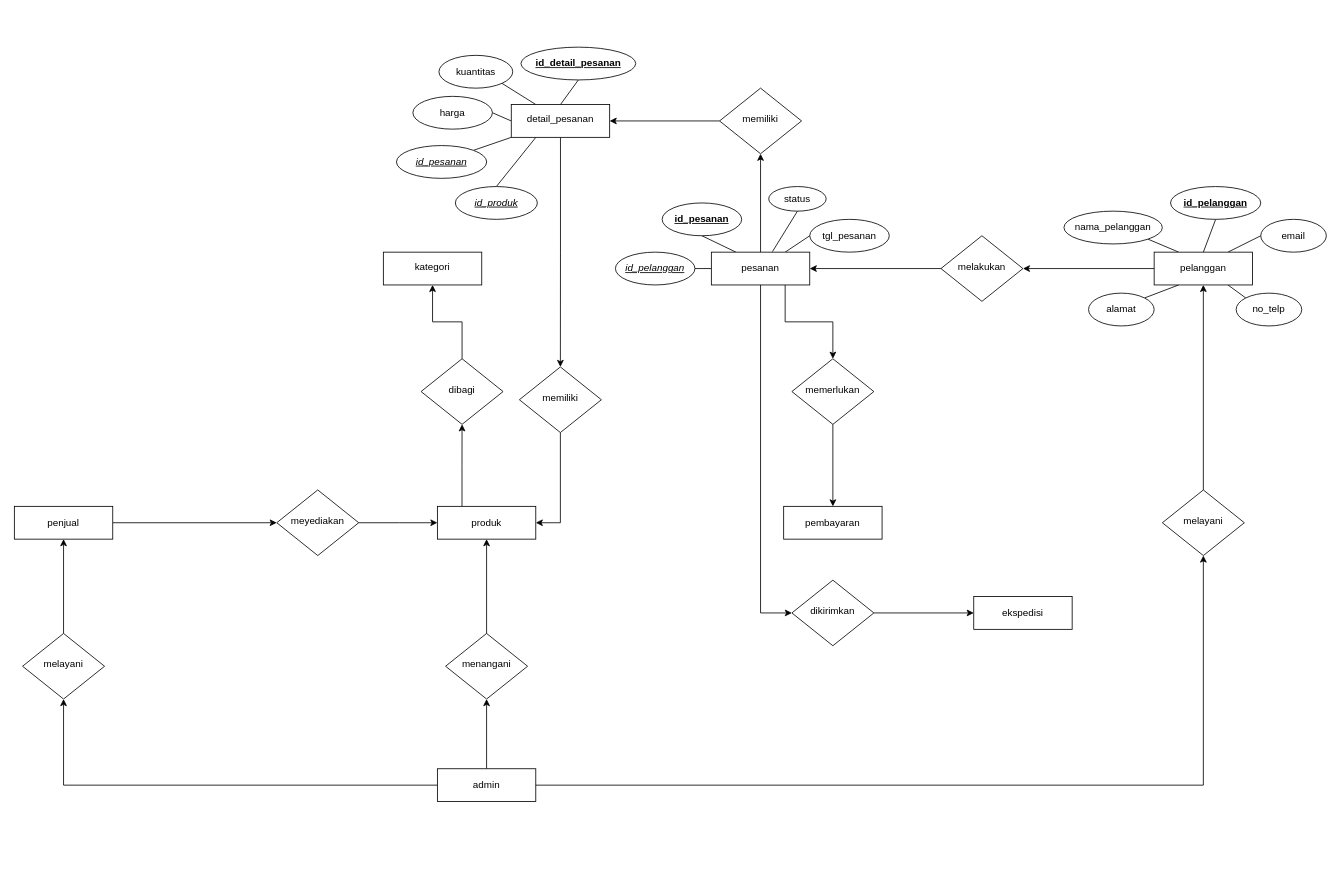
This is penjualan_erd.drawio from vinnnna/sistem-basis-data, a draw.io file, before an edit. Source tidied: cells renumbered, new cells numbered last; positions are measured from the earlier drawing's top-left corner, leaving out a move shared by most shapes. Both pictures are drawn from the tidied source at 82%, with x=0, y=0 at pixel (14, 47).
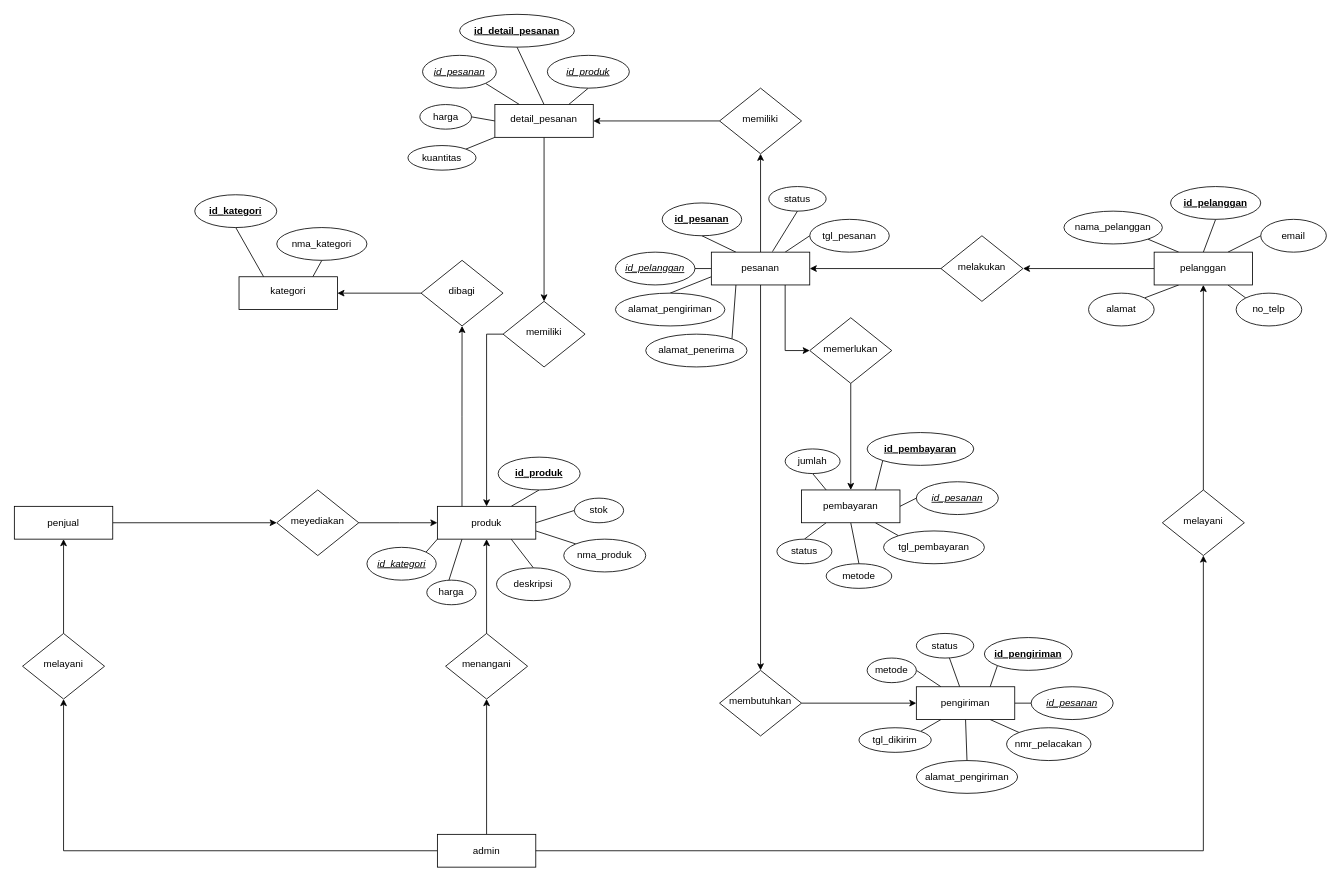
Above is the later version.

Unchanged cells that the change refers to:
```xml
<mxCell id="7" value="produk" style="rounded=1;whiteSpace=wrap;html=1;fontSize=12;glass=0;strokeWidth=1;shadow=0;arcSize=0;" parent="1" vertex="1">
  <mxGeometry x="515.9" y="560" width="120" height="40" as="geometry" />
</mxCell>
<mxCell id="17" value="pesanan" style="rounded=1;whiteSpace=wrap;html=1;fontSize=12;glass=0;strokeWidth=1;shadow=0;arcSize=0;" parent="1" vertex="1">
  <mxGeometry x="850" y="250" width="120" height="40" as="geometry" />
</mxCell>
<mxCell id="39" value="melayani" style="rhombus;whiteSpace=wrap;html=1;shadow=0;fontFamily=Helvetica;fontSize=12;align=center;strokeWidth=1;spacing=6;spacingTop=-4;" parent="1" vertex="1">
  <mxGeometry x="1400" y="540" width="100" height="80" as="geometry" />
</mxCell>
```

The edit, as a diff of the source:
```diff
@@
     <mxCell id="5" value="admin" style="rounded=1;whiteSpace=wrap;html=1;fontSize=12;glass=0;strokeWidth=1;shadow=0;arcSize=0;" parent="1" vertex="1">
-      <mxGeometry x="515.9" y="880" width="120" height="40" as="geometry" />
+      <mxGeometry x="515.9" y="960" width="120" height="40" as="geometry" />
     </mxCell>
@@
+    <mxCell id="69" style="rounded=0;jettySize=auto;html=1;endArrow=none;endFill=0;exitX=0.75;exitY=0;exitDx=0;exitDy=0;entryX=0.5;entryY=1;entryDx=0;entryDy=0;" parent="1" edge="1" source="7" target="92">
+      <mxGeometry relative="1" as="geometry" />
+    </mxCell>
+    <mxCell id="70" style="rounded=0;jettySize=auto;html=1;exitX=1;exitY=0.75;exitDx=0;exitDy=0;entryX=0;entryY=0;entryDx=0;entryDy=0;endArrow=none;endFill=0;" parent="1" edge="1" source="7" target="93">
+      <mxGeometry relative="1" as="geometry" />
+    </mxCell>
+    <mxCell id="71" style="rounded=0;jettySize=auto;html=1;exitX=0.75;exitY=1;exitDx=0;exitDy=0;entryX=0.5;entryY=0;entryDx=0;entryDy=0;endArrow=none;endFill=0;" parent="1" edge="1" source="7" target="94">
+      <mxGeometry relative="1" as="geometry" />
+    </mxCell>
+    <mxCell id="72" style="rounded=0;jettySize=auto;html=1;exitX=0.25;exitY=1;exitDx=0;exitDy=0;endArrow=none;endFill=0;" parent="1" edge="1" source="7">
+      <mxGeometry relative="1" as="geometry">
+        <mxPoint x="530" y="650" as="targetPoint" />
+      </mxGeometry>
+    </mxCell>
+    <mxCell id="73" style="rounded=0;jettySize=auto;html=1;exitX=1;exitY=0.5;exitDx=0;exitDy=0;entryX=0;entryY=0.5;entryDx=0;entryDy=0;endArrow=none;endFill=0;" parent="1" edge="1" source="7" target="96">
+      <mxGeometry relative="1" as="geometry" />
+    </mxCell>
+    <mxCell id="74" style="rounded=0;jettySize=auto;html=1;exitX=0;exitY=1;exitDx=0;exitDy=0;entryX=1;entryY=0;entryDx=0;entryDy=0;endArrow=none;endFill=0;" parent="1" edge="1" source="7" target="99">
+      <mxGeometry relative="1" as="geometry" />
+    </mxCell>
@@
-    <mxCell id="10" style="edgeStyle=orthogonalEdgeStyle;rounded=0;jettySize=auto;html=1;exitX=0.75;exitY=1;exitDx=0;exitDy=0;" parent="1" edge="1" source="17" target="31">
+    <mxCell id="10" style="edgeStyle=orthogonalEdgeStyle;rounded=0;jettySize=auto;html=1;exitX=0.75;exitY=1;exitDx=0;exitDy=0;entryX=0;entryY=0.5;entryDx=0;entryDy=0;" parent="1" edge="1" source="17" target="31">
       <mxGeometry relative="1" as="geometry" />
     </mxCell>
@@
-    <mxCell id="13" style="edgeStyle=orthogonalEdgeStyle;rounded=0;jettySize=auto;html=1;exitX=0.5;exitY=1;exitDx=0;exitDy=0;entryX=0;entryY=0.5;entryDx=0;entryDy=0;" parent="1" edge="1" source="17" target="52">
+    <mxCell id="13" style="edgeStyle=orthogonalEdgeStyle;rounded=0;jettySize=auto;html=1;exitX=0.5;exitY=1;exitDx=0;exitDy=0;entryX=0.5;entryY=0;entryDx=0;entryDy=0;" parent="1" edge="1" source="17" target="52">
       <mxGeometry relative="1" as="geometry" />
     </mxCell>
@@
+    <mxCell id="75" style="rounded=0;jettySize=auto;html=1;exitX=0;exitY=0.75;exitDx=0;exitDy=0;entryX=0.5;entryY=0;entryDx=0;entryDy=0;endArrow=none;endFill=0;" parent="1" edge="1" source="17" target="113">
+      <mxGeometry relative="1" as="geometry" />
+    </mxCell>
+    <mxCell id="76" style="rounded=0;jettySize=auto;html=1;exitX=0.25;exitY=1;exitDx=0;exitDy=0;entryX=1;entryY=0;entryDx=0;entryDy=0;endArrow=none;endFill=0;" parent="1" edge="1" source="17" target="114">
+      <mxGeometry relative="1" as="geometry" />
+    </mxCell>
@@
+    <mxCell id="77" style="rounded=0;jettySize=auto;html=1;exitX=0.25;exitY=0;exitDx=0;exitDy=0;entryX=0.5;entryY=1;entryDx=0;entryDy=0;endArrow=none;endFill=0;" parent="1" edge="1" source="18" target="104">
+      <mxGeometry relative="1" as="geometry" />
+    </mxCell>
+    <mxCell id="78" style="rounded=0;jettySize=auto;html=1;exitX=0.75;exitY=0;exitDx=0;exitDy=0;entryX=0;entryY=1;entryDx=0;entryDy=0;endArrow=none;endFill=0;" parent="1" edge="1" source="18" target="100">
+      <mxGeometry relative="1" as="geometry" />
+    </mxCell>
+    <mxCell id="79" style="rounded=0;jettySize=auto;html=1;exitX=1;exitY=0.5;exitDx=0;exitDy=0;entryX=0;entryY=0.5;entryDx=0;entryDy=0;endArrow=none;endFill=0;" parent="1" edge="1" source="18" target="105">
+      <mxGeometry relative="1" as="geometry" />
+    </mxCell>
+    <mxCell id="80" style="rounded=0;jettySize=auto;html=1;exitX=0.75;exitY=1;exitDx=0;exitDy=0;entryX=0;entryY=0;entryDx=0;entryDy=0;endArrow=none;endFill=0;" parent="1" edge="1" source="18" target="102">
+      <mxGeometry relative="1" as="geometry" />
+    </mxCell>
+    <mxCell id="81" style="rounded=0;jettySize=auto;html=1;exitX=0.5;exitY=1;exitDx=0;exitDy=0;entryX=0.5;entryY=0;entryDx=0;entryDy=0;endArrow=none;endFill=0;" parent="1" edge="1" source="18" target="101">
+      <mxGeometry relative="1" as="geometry" />
+    </mxCell>
+    <mxCell id="82" style="rounded=0;jettySize=auto;html=1;exitX=0.25;exitY=1;exitDx=0;exitDy=0;entryX=0.5;entryY=0;entryDx=0;entryDy=0;endArrow=none;endFill=0;" parent="1" edge="1" source="18" target="103">
+      <mxGeometry relative="1" as="geometry" />
+    </mxCell>
     <mxCell id="18" value="pembayaran" style="rounded=1;whiteSpace=wrap;html=1;fontSize=12;glass=0;strokeWidth=1;shadow=0;arcSize=0;" parent="1" vertex="1">
-      <mxGeometry x="938.2" y="560" width="120" height="40" as="geometry" />
+      <mxGeometry x="960" y="540" width="120" height="40" as="geometry" />
     </mxCell>
@@
-    <mxCell id="28" style="edgeStyle=orthogonalEdgeStyle;rounded=0;jettySize=auto;html=1;entryX=1;entryY=0.5;entryDx=0;entryDy=0;" parent="1" edge="1" source="29" target="7">
+    <mxCell id="28" style="edgeStyle=orthogonalEdgeStyle;rounded=0;jettySize=auto;html=1;entryX=0.5;entryY=0;entryDx=0;entryDy=0;exitX=0;exitY=0.5;exitDx=0;exitDy=0;" parent="1" edge="1" source="29" target="7">
       <mxGeometry relative="1" as="geometry" />
     </mxCell>
     <mxCell id="29" value="memiliki" style="rhombus;whiteSpace=wrap;html=1;shadow=0;fontFamily=Helvetica;fontSize=12;align=center;strokeWidth=1;spacing=6;spacingTop=-4;" parent="1" vertex="1">
-      <mxGeometry x="615.9" y="390" width="100" height="80" as="geometry" />
+      <mxGeometry x="596" y="310" width="100" height="80" as="geometry" />
     </mxCell>
@@
     <mxCell id="31" value="memerlukan" style="rhombus;whiteSpace=wrap;html=1;shadow=0;fontFamily=Helvetica;fontSize=12;align=center;strokeWidth=1;spacing=6;spacingTop=-4;" parent="1" vertex="1">
-      <mxGeometry x="948.2" y="380" width="100" height="80" as="geometry" />
+      <mxGeometry x="970" y="330" width="100" height="80" as="geometry" />
     </mxCell>
@@
     <mxCell id="38" style="edgeStyle=orthogonalEdgeStyle;rounded=0;jettySize=auto;html=1;exitX=1;exitY=0.5;exitDx=0;exitDy=0;entryX=0.5;entryY=1;entryDx=0;entryDy=0;" parent="1" edge="1" source="5" target="39">
-      <mxGeometry relative="1" as="geometry" />
+      <mxGeometry relative="1" as="geometry">
+        <Array as="points">
+          <mxPoint x="636" y="980" />
+          <mxPoint x="1450" y="980" />
+        </Array>
+      </mxGeometry>
     </mxCell>
@@
-    <mxCell id="46" style="rounded=0;jettySize=auto;html=1;exitX=0.25;exitY=1;exitDx=0;exitDy=0;entryX=0.5;entryY=0;entryDx=0;entryDy=0;endArrow=none;endFill=0;" parent="1" edge="1" source="47" target="63">
+    <mxCell id="46" style="rounded=0;jettySize=auto;html=1;exitX=0.75;exitY=0;exitDx=0;exitDy=0;entryX=0.5;entryY=1;entryDx=0;entryDy=0;endArrow=none;endFill=0;" parent="1" edge="1" source="47" target="63">
       <mxGeometry relative="1" as="geometry" />
     </mxCell>
     <mxCell id="47" value="detail_pesanan" style="whiteSpace=wrap;html=1;shadow=0;strokeWidth=1;spacing=6;spacingTop=-4;" parent="1" vertex="1">
-      <mxGeometry x="606" y="70" width="120" height="40" as="geometry" />
+      <mxGeometry x="586" y="70" width="120" height="40" as="geometry" />
     </mxCell>
+    <mxCell id="83" style="rounded=0;jettySize=auto;html=1;exitX=0.25;exitY=0;exitDx=0;exitDy=0;entryX=0.5;entryY=1;entryDx=0;entryDy=0;endArrow=none;endFill=0;" parent="1" edge="1" source="48" target="98">
+      <mxGeometry relative="1" as="geometry" />
+    </mxCell>
+    <mxCell id="84" style="rounded=0;jettySize=auto;html=1;exitX=0.75;exitY=0;exitDx=0;exitDy=0;entryX=0.5;entryY=1;entryDx=0;entryDy=0;endArrow=none;endFill=0;" parent="1" edge="1" source="48" target="97">
+      <mxGeometry relative="1" as="geometry" />
+    </mxCell>
     <mxCell id="48" value="kategori" style="whiteSpace=wrap;html=1;shadow=0;strokeWidth=1;spacing=6;spacingTop=-4;" parent="1" vertex="1">
-      <mxGeometry x="450" y="250" width="120" height="40" as="geometry" />
+      <mxGeometry x="274" y="280" width="120" height="40" as="geometry" />
     </mxCell>
-    <mxCell id="49" style="edgeStyle=orthogonalEdgeStyle;rounded=0;jettySize=auto;html=1;entryX=0.5;entryY=1;entryDx=0;entryDy=0;" parent="1" edge="1" source="50" target="48">
+    <mxCell id="49" style="edgeStyle=orthogonalEdgeStyle;rounded=0;jettySize=auto;html=1;entryX=1;entryY=0.5;entryDx=0;entryDy=0;exitX=0;exitY=0.5;exitDx=0;exitDy=0;" parent="1" edge="1" source="50" target="48">
       <mxGeometry relative="1" as="geometry" />
     </mxCell>
     <mxCell id="50" value="dibagi" style="rhombus;whiteSpace=wrap;html=1;shadow=0;fontFamily=Helvetica;fontSize=12;align=center;strokeWidth=1;spacing=6;spacingTop=-4;" parent="1" vertex="1">
-      <mxGeometry x="496" y="380" width="100" height="80" as="geometry" />
+      <mxGeometry x="496" y="260" width="100" height="80" as="geometry" />
     </mxCell>
@@
-    <mxCell id="52" value="dikirimkan" style="rhombus;whiteSpace=wrap;html=1;shadow=0;fontFamily=Helvetica;fontSize=12;align=center;strokeWidth=1;spacing=6;spacingTop=-4;" parent="1" vertex="1">
-      <mxGeometry x="948.2" y="650" width="100" height="80" as="geometry" />
+    <mxCell id="52" value="membutuhkan" style="rhombus;whiteSpace=wrap;html=1;shadow=0;fontFamily=Helvetica;fontSize=12;align=center;strokeWidth=1;spacing=6;spacingTop=-4;" parent="1" vertex="1">
+      <mxGeometry x="860" y="760" width="100" height="80" as="geometry" />
     </mxCell>
+    <mxCell id="85" style="rounded=0;jettySize=auto;html=1;exitX=0.5;exitY=1;exitDx=0;exitDy=0;entryX=0.5;entryY=0;entryDx=0;entryDy=0;endArrow=none;endFill=0;" parent="1" edge="1" source="53" target="112">
+      <mxGeometry relative="1" as="geometry" />
+    </mxCell>
+    <mxCell id="86" style="rounded=0;jettySize=auto;html=1;exitX=0.75;exitY=1;exitDx=0;exitDy=0;entryX=0;entryY=0;entryDx=0;entryDy=0;endArrow=none;endFill=0;" parent="1" edge="1" source="53" target="109">
+      <mxGeometry relative="1" as="geometry" />
+    </mxCell>
+    <mxCell id="87" style="rounded=0;jettySize=auto;html=1;exitX=1;exitY=0.5;exitDx=0;exitDy=0;entryX=0;entryY=0.5;entryDx=0;entryDy=0;endArrow=none;endFill=0;" parent="1" edge="1" source="53" target="107">
+      <mxGeometry relative="1" as="geometry" />
+    </mxCell>
+    <mxCell id="88" style="rounded=0;jettySize=auto;html=1;exitX=0.75;exitY=0;exitDx=0;exitDy=0;entryX=0;entryY=1;entryDx=0;entryDy=0;endArrow=none;endFill=0;" parent="1" edge="1" source="53" target="106">
+      <mxGeometry relative="1" as="geometry" />
+    </mxCell>
+    <mxCell id="89" style="rounded=0;jettySize=auto;html=1;endArrow=none;endFill=0;" parent="1" edge="1" source="53" target="108">
+      <mxGeometry relative="1" as="geometry" />
+    </mxCell>
+    <mxCell id="90" style="rounded=0;jettySize=auto;html=1;exitX=0.25;exitY=0;exitDx=0;exitDy=0;entryX=1;entryY=0.5;entryDx=0;entryDy=0;endArrow=none;endFill=0;" parent="1" edge="1" source="53" target="111">
+      <mxGeometry relative="1" as="geometry" />
+    </mxCell>
+    <mxCell id="91" style="rounded=0;jettySize=auto;html=1;exitX=0.25;exitY=1;exitDx=0;exitDy=0;entryX=1;entryY=0;entryDx=0;entryDy=0;endArrow=none;endFill=0;" parent="1" edge="1" source="53" target="110">
+      <mxGeometry relative="1" as="geometry" />
+    </mxCell>
-    <mxCell id="53" value="ekspedisi" style="rounded=1;whiteSpace=wrap;html=1;fontSize=12;glass=0;strokeWidth=1;shadow=0;arcSize=0;" parent="1" vertex="1">
-      <mxGeometry x="1170" y="670" width="120" height="40" as="geometry" />
+    <mxCell id="53" value="pengiriman" style="rounded=1;whiteSpace=wrap;html=1;fontSize=12;glass=0;strokeWidth=1;shadow=0;arcSize=0;" parent="1" vertex="1">
+      <mxGeometry x="1100" y="780" width="120" height="40" as="geometry" />
     </mxCell>
@@
-    <mxCell id="59" value="id_pesanan" style="ellipse;whiteSpace=wrap;html=1;fontStyle=6;" parent="1" vertex="1">
-      <mxGeometry x="466" y="120" width="110" height="40" as="geometry" />
+    <mxCell id="59" value="kuantitas" style="ellipse;whiteSpace=wrap;html=1;fontStyle=0;" parent="1" vertex="1">
+      <mxGeometry x="480" y="120" width="83" height="30" as="geometry" />
     </mxCell>
     <mxCell id="60" value="id_detail_pesanan" style="ellipse;whiteSpace=wrap;html=1;fontStyle=5;" parent="1" vertex="1">
-      <mxGeometry x="617.8" width="140" height="40" as="geometry" />
+      <mxGeometry x="543" y="-40" width="140" height="40" as="geometry" />
     </mxCell>
     <mxCell id="61" value="harga" style="ellipse;whiteSpace=wrap;html=1;" parent="1" vertex="1">
-      <mxGeometry x="486" y="60" width="97" height="40" as="geometry" />
+      <mxGeometry x="494.5" y="70" width="63" height="30" as="geometry" />
     </mxCell>
-    <mxCell id="62" value="kuantitas" style="ellipse;whiteSpace=wrap;html=1;" parent="1" vertex="1">
-      <mxGeometry x="517.8" y="10" width="90" height="40" as="geometry" />
+    <mxCell id="62" value="id_pesanan" style="ellipse;whiteSpace=wrap;html=1;fontStyle=6;" parent="1" vertex="1">
+      <mxGeometry x="497.8" y="10" width="90" height="40" as="geometry" />
     </mxCell>
     <mxCell id="63" value="id_produk" style="ellipse;whiteSpace=wrap;html=1;fontStyle=6;" parent="1" vertex="1">
-      <mxGeometry x="537.8" y="170" width="100" height="40" as="geometry" />
+      <mxGeometry x="650" y="10" width="100" height="40" as="geometry" />
     </mxCell>
@@
+    <mxCell id="92" value="id_produk" style="ellipse;whiteSpace=wrap;html=1;fontStyle=5;" parent="1" vertex="1">
+      <mxGeometry x="590" y="500" width="100" height="40" as="geometry" />
+    </mxCell>
+    <mxCell id="93" value="nma_produk" style="ellipse;whiteSpace=wrap;html=1;fontStyle=0;" parent="1" vertex="1">
+      <mxGeometry x="670" y="600" width="100" height="40" as="geometry" />
+    </mxCell>
+    <mxCell id="94" value="deskripsi" style="ellipse;whiteSpace=wrap;html=1;fontStyle=0;" parent="1" vertex="1">
+      <mxGeometry x="588" y="635" width="90" height="40" as="geometry" />
+    </mxCell>
+    <mxCell id="95" value="harga" style="ellipse;whiteSpace=wrap;html=1;fontStyle=0;" parent="1" vertex="1">
+      <mxGeometry x="503" y="650" width="60" height="30" as="geometry" />
+    </mxCell>
+    <mxCell id="96" value="stok" style="ellipse;whiteSpace=wrap;html=1;fontStyle=0;" parent="1" vertex="1">
+      <mxGeometry x="683" y="550" width="60" height="30" as="geometry" />
+    </mxCell>
+    <mxCell id="97" value="nma_kategori" style="ellipse;whiteSpace=wrap;html=1;fontStyle=0;" parent="1" vertex="1">
+      <mxGeometry x="320" y="220" width="110" height="40" as="geometry" />
+    </mxCell>
+    <mxCell id="98" value="id_kategori" style="ellipse;whiteSpace=wrap;html=1;fontStyle=5;" parent="1" vertex="1">
+      <mxGeometry x="220" y="180" width="100" height="40" as="geometry" />
+    </mxCell>
+    <mxCell id="99" value="id_kategori" style="ellipse;whiteSpace=wrap;html=1;fontStyle=6;" parent="1" vertex="1">
+      <mxGeometry x="430" y="610" width="84.5" height="40" as="geometry" />
+    </mxCell>
+    <mxCell id="100" value="id_pembayaran" style="ellipse;whiteSpace=wrap;html=1;fontStyle=5;" parent="1" vertex="1">
+      <mxGeometry x="1040" y="470" width="130" height="40" as="geometry" />
+    </mxCell>
+    <mxCell id="101" value="metode" style="ellipse;whiteSpace=wrap;html=1;fontStyle=0;" parent="1" vertex="1">
+      <mxGeometry x="990" y="630" width="80" height="30" as="geometry" />
+    </mxCell>
+    <mxCell id="102" value="tgl_pembayaran" style="ellipse;whiteSpace=wrap;html=1;fontStyle=0;" parent="1" vertex="1">
+      <mxGeometry x="1060" y="590" width="123" height="40" as="geometry" />
+    </mxCell>
+    <mxCell id="103" value="status" style="ellipse;whiteSpace=wrap;html=1;fontStyle=0;" parent="1" vertex="1">
+      <mxGeometry x="930" y="600" width="67" height="30" as="geometry" />
+    </mxCell>
+    <mxCell id="104" value="jumlah" style="ellipse;whiteSpace=wrap;html=1;fontStyle=0;" parent="1" vertex="1">
+      <mxGeometry x="940" y="490" width="67" height="30" as="geometry" />
+    </mxCell>
+    <mxCell id="105" value="id_pesanan" style="ellipse;whiteSpace=wrap;html=1;fontStyle=6;" parent="1" vertex="1">
+      <mxGeometry x="1100" y="530" width="100" height="40" as="geometry" />
+    </mxCell>
+    <mxCell id="106" value="id_pengiriman" style="ellipse;whiteSpace=wrap;html=1;fontStyle=5;" parent="1" vertex="1">
+      <mxGeometry x="1183" y="720" width="107" height="40" as="geometry" />
+    </mxCell>
+    <mxCell id="107" value="id_pesanan" style="ellipse;whiteSpace=wrap;html=1;fontStyle=6;" parent="1" vertex="1">
+      <mxGeometry x="1240" y="780" width="100" height="40" as="geometry" />
+    </mxCell>
+    <mxCell id="108" value="status" style="ellipse;whiteSpace=wrap;html=1;" parent="1" vertex="1">
+      <mxGeometry x="1100" y="715" width="70" height="30" as="geometry" />
+    </mxCell>
+    <mxCell id="109" value="nmr_pelacakan" style="ellipse;whiteSpace=wrap;html=1;" parent="1" vertex="1">
+      <mxGeometry x="1210" y="830" width="103" height="40" as="geometry" />
+    </mxCell>
+    <mxCell id="110" value="tgl_dikirim" style="ellipse;whiteSpace=wrap;html=1;" parent="1" vertex="1">
+      <mxGeometry x="1030" y="830" width="88.2" height="30" as="geometry" />
+    </mxCell>
+    <mxCell id="111" value="metode" style="ellipse;whiteSpace=wrap;html=1;" parent="1" vertex="1">
+      <mxGeometry x="1040" y="745" width="60" height="30" as="geometry" />
+    </mxCell>
+    <mxCell id="112" value="alamat_pengiriman" style="ellipse;whiteSpace=wrap;html=1;" parent="1" vertex="1">
+      <mxGeometry x="1100" y="870" width="123.5" height="40" as="geometry" />
+    </mxCell>
+    <mxCell id="113" value="alamat_pengiriman" style="ellipse;whiteSpace=wrap;html=1;" parent="1" vertex="1">
+      <mxGeometry x="733" y="300" width="133.5" height="40" as="geometry" />
+    </mxCell>
+    <mxCell id="114" value="alamat_penerima" style="ellipse;whiteSpace=wrap;html=1;" parent="1" vertex="1">
+      <mxGeometry x="770" y="350" width="123.5" height="40" as="geometry" />
+    </mxCell>
```
